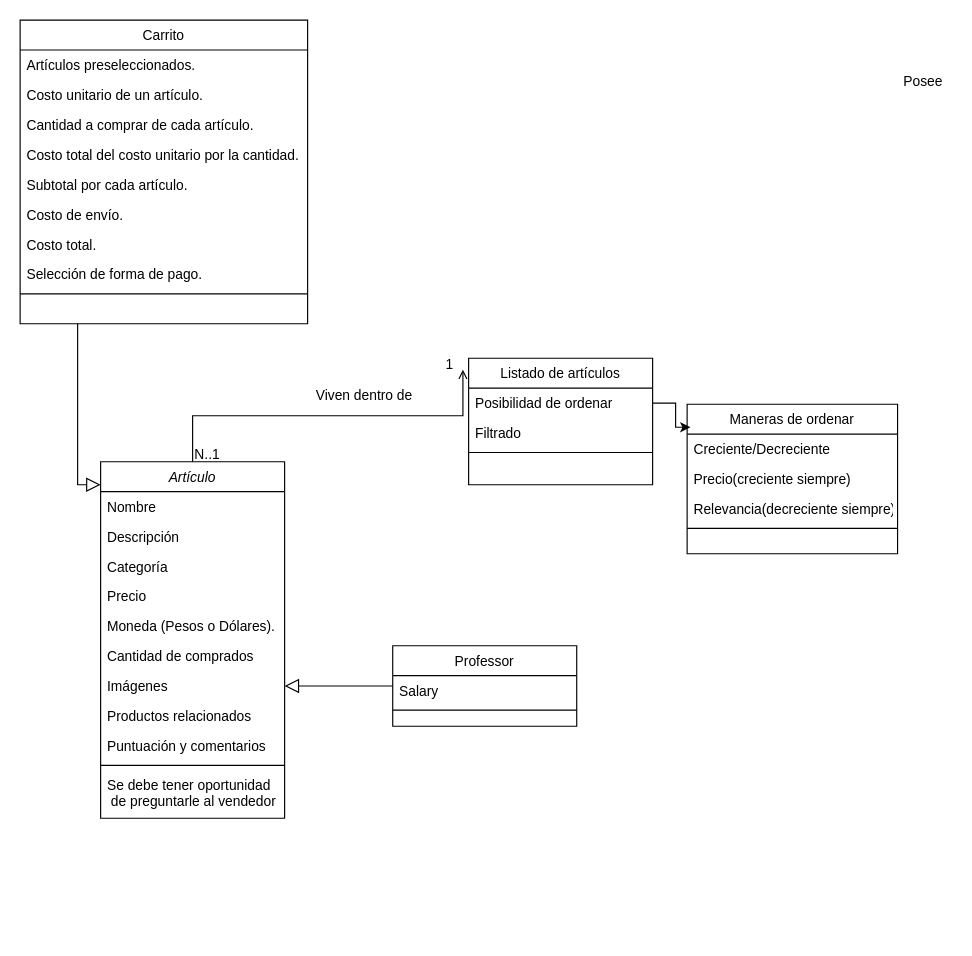
Earlier version of the draw.io diagram Untitled Diagram.drawio (ianarazny/works). Source tidied: cells renumbered, new cells numbered last; positions are measured from the earlier drawing's top-left corner, leaving out a move shared by most shapes. Both pictures are drawn from the tidied source at 115%, with x=0, y=0 at pixel (20, 20).
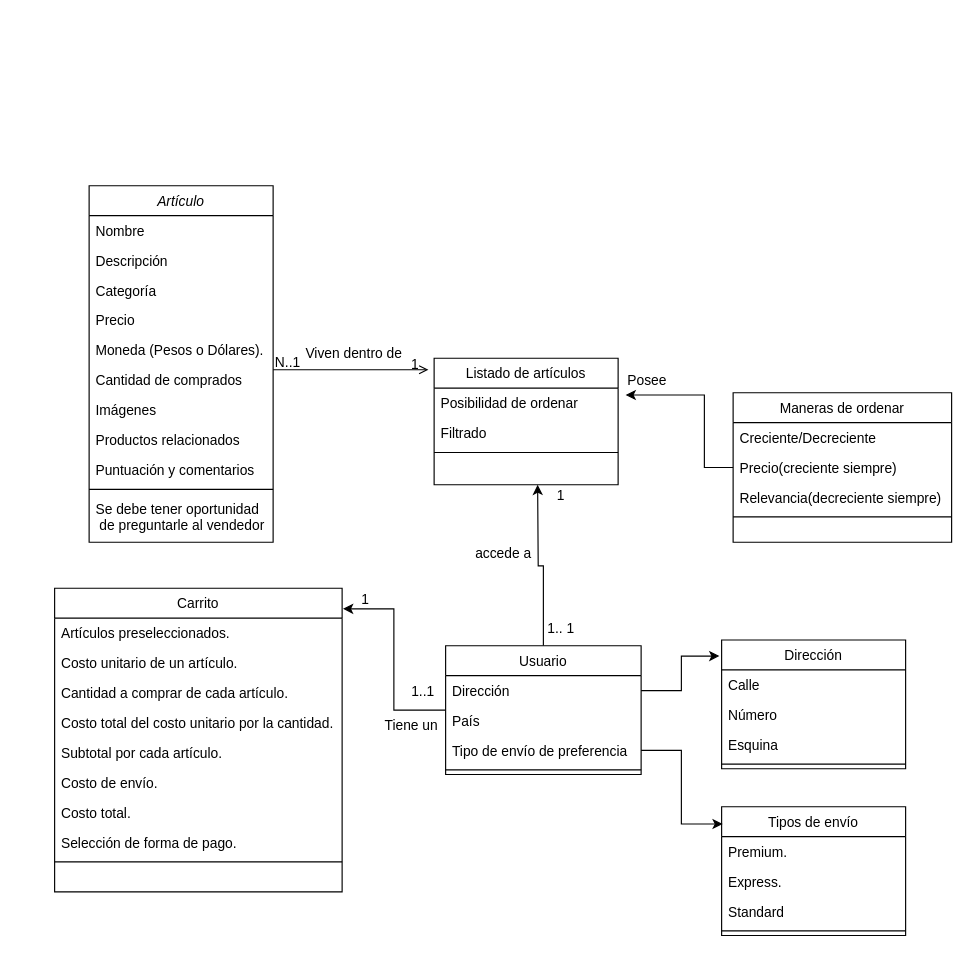
Above is the later version.

Unchanged cells that the change refers to:
```xml
<mxCell id="30" value="Posibilidad de ordenar" style="text;align=left;verticalAlign=top;spacingLeft=4;spacingRight=4;overflow=hidden;points=[[0,0.5],[1,0.5]];portConstraint=eastwest;" parent="29" vertex="1">
  <mxGeometry y="26" width="160" height="26" as="geometry" />
</mxCell>
```

Diff of the diagram source:
```diff
@@
     <mxCell id="2" value="Artículo" style="swimlane;fontStyle=2;align=center;verticalAlign=top;horizontal=1;startSize=26;rounded=0;shadow=0;strokeWidth=1;" parent="1" vertex="1">
-      <mxGeometry x="70" y="384" width="160" height="310" as="geometry" />
+      <mxGeometry x="60" y="144" width="160" height="310" as="geometry" />
     </mxCell>
@@
     <mxCell id="14" value="Carrito" style="swimlane;fontStyle=0;align=center;verticalAlign=top;horizontal=1;startSize=26;rounded=0;shadow=0;strokeWidth=1;" parent="1" vertex="1">
-      <mxGeometry width="250" height="264" as="geometry" />
+      <mxGeometry x="30" y="494" width="250" height="264" as="geometry" />
     </mxCell>
@@
-    <mxCell id="24" style="endArrow=block;endSize=10;endFill=0;shadow=0;strokeWidth=1;rounded=0;edgeStyle=elbowEdgeStyle;elbow=vertical;" parent="1" edge="1" source="14" target="2">
-      <mxGeometry relative="1" as="geometry">
-        <Array as="points">
-          <mxPoint x="50" y="404" />
-        </Array>
-      </mxGeometry>
-    </mxCell>
+    <mxCell id="44" style="edgeStyle=orthogonalEdgeStyle;rounded=0;jettySize=auto;html=1;entryX=1.003;entryY=0.068;entryDx=0;entryDy=0;entryPerimeter=0;" parent="1" edge="1" source="25" target="14">
+      <mxGeometry relative="1" as="geometry" />
+    </mxCell>
+    <mxCell id="45" style="edgeStyle=orthogonalEdgeStyle;rounded=0;jettySize=auto;html=1;" parent="1" edge="1" source="25">
+      <mxGeometry relative="1" as="geometry">
+        <mxPoint x="450" y="404" as="targetPoint" />
+      </mxGeometry>
+    </mxCell>
-    <mxCell id="25" value="Professor" style="swimlane;fontStyle=0;align=center;verticalAlign=top;horizontal=1;startSize=26;rounded=0;shadow=0;strokeWidth=1;" parent="1" vertex="1">
-      <mxGeometry x="324" y="544" width="160" height="70" as="geometry" />
+    <mxCell id="25" value="Usuario" style="swimlane;fontStyle=0;align=center;verticalAlign=top;horizontal=1;startSize=26;rounded=0;shadow=0;strokeWidth=1;" parent="1" vertex="1">
+      <mxGeometry x="370" y="544" width="170" height="112" as="geometry" />
     </mxCell>
-    <mxCell id="26" value="Salary" style="text;align=left;verticalAlign=top;spacingLeft=4;spacingRight=4;overflow=hidden;points=[[0,0.5],[1,0.5]];portConstraint=eastwest;" parent="25" vertex="1">
-      <mxGeometry y="26" width="160" height="26" as="geometry" />
+    <mxCell id="26" value="Dirección" style="text;align=left;verticalAlign=top;spacingLeft=4;spacingRight=4;overflow=hidden;points=[[0,0.5],[1,0.5]];portConstraint=eastwest;" parent="25" vertex="1">
+      <mxGeometry y="26" width="170" height="26" as="geometry" />
     </mxCell>
+    <mxCell id="46" value="País" style="text;align=left;verticalAlign=top;spacingLeft=4;spacingRight=4;overflow=hidden;" parent="25" vertex="1">
+      <mxGeometry y="52" width="170" height="26" as="geometry" />
+    </mxCell>
+    <mxCell id="47" value="Tipo de envío de preferencia" style="text;align=left;verticalAlign=top;spacingLeft=4;spacingRight=4;overflow=hidden;points=[[0,0.5],[1,0.5]];portConstraint=eastwest;" parent="25" vertex="1">
+      <mxGeometry y="78" width="170" height="26" as="geometry" />
+    </mxCell>
     <mxCell id="27" style="line;html=1;strokeWidth=1;align=left;verticalAlign=middle;spacingTop=-1;spacingLeft=3;spacingRight=3;labelPosition=right;" parent="25" vertex="1">
-      <mxGeometry y="52" width="160" height="8" as="geometry" />
+      <mxGeometry y="104" width="170" height="8" as="geometry" />
     </mxCell>
-    <mxCell id="28" style="endArrow=block;endSize=10;endFill=0;shadow=0;strokeWidth=1;rounded=0;edgeStyle=elbowEdgeStyle;elbow=vertical;" parent="1" edge="1" source="25" target="2">
-      <mxGeometry relative="1" as="geometry" />
-    </mxCell>
     <mxCell id="29" value="Listado de artículos" style="swimlane;fontStyle=0;align=center;verticalAlign=top;horizontal=1;startSize=26;rounded=0;shadow=0;strokeWidth=1;" parent="1" vertex="1">
-      <mxGeometry x="390" y="294" width="160" height="110" as="geometry" />
+      <mxGeometry x="360" y="294" width="160" height="110" as="geometry" />
     </mxCell>
@@
     <mxCell id="33" style="endArrow=open;shadow=0;strokeWidth=1;rounded=0;endFill=1;edgeStyle=elbowEdgeStyle;elbow=vertical;entryX=-0.031;entryY=0.091;entryDx=0;entryDy=0;entryPerimeter=0;" parent="1" edge="1" source="2" target="29">
       <mxGeometry x="0.5" y="41" relative="1" as="geometry">
+        <Array as="points">
+          <mxPoint x="290" y="304" />
+          <mxPoint x="290" y="349" />
+          <mxPoint x="260" y="314" />
+          <mxPoint x="250" y="349" />
+          <mxPoint x="210" y="314" />
+        </Array>
         <mxPoint x="-40" y="32" as="offset" />
       </mxGeometry>
     </mxCell>
@@
     <mxCell id="36" value="Viven dentro de" style="text;html=1;align=center;verticalAlign=middle;labelBackgroundColor=none;rounded=0;shadow=0;strokeWidth=1;fontSize=12;" parent="33" vertex="1">
       <mxGeometry x="0.5" y="49" relative="1" as="geometry">
-        <mxPoint x="-48" y="31" as="offset" />
+        <mxPoint x="-32" y="34" as="offset" />
       </mxGeometry>
     </mxCell>
+    <mxCell id="48" style="edgeStyle=orthogonalEdgeStyle;rounded=0;jettySize=auto;html=1;entryX=0.13;entryY=1.1;entryDx=0;entryDy=0;entryPerimeter=0;" parent="1" edge="1" source="37" target="43">
+      <mxGeometry relative="1" as="geometry" />
+    </mxCell>
     <mxCell id="37" value="Maneras de ordenar" style="swimlane;fontStyle=0;align=center;verticalAlign=top;horizontal=1;startSize=26;rounded=0;shadow=0;strokeWidth=1;" parent="1" vertex="1">
-      <mxGeometry x="580" y="334" width="183" height="130" as="geometry" />
+      <mxGeometry x="620" y="324" width="190" height="130" as="geometry" />
     </mxCell>
     <mxCell id="38" value="Creciente/Decreciente" style="text;align=left;verticalAlign=top;spacingLeft=4;spacingRight=4;overflow=hidden;" parent="37" vertex="1">
-      <mxGeometry y="26" width="183" height="26" as="geometry" />
+      <mxGeometry y="26" width="190" height="26" as="geometry" />
     </mxCell>
     <mxCell id="39" value="Precio(creciente siempre)" style="text;align=left;verticalAlign=top;spacingLeft=4;spacingRight=4;overflow=hidden;rounded=0;shadow=0;html=0;" parent="37" vertex="1">
-      <mxGeometry y="52" width="183" height="26" as="geometry" />
+      <mxGeometry y="52" width="190" height="26" as="geometry" />
     </mxCell>
     <mxCell id="40" value="Relevancia(decreciente siempre)" style="text;align=left;verticalAlign=top;spacingLeft=4;spacingRight=4;overflow=hidden;rounded=0;shadow=0;html=0;" parent="37" vertex="1">
-      <mxGeometry y="78" width="183" height="26" as="geometry" />
+      <mxGeometry y="78" width="190" height="26" as="geometry" />
     </mxCell>
     <mxCell id="41" style="line;html=1;strokeWidth=1;align=left;verticalAlign=middle;spacingTop=-1;spacingLeft=3;spacingRight=3;labelPosition=right;" parent="37" vertex="1">
-      <mxGeometry y="104" width="183" height="8" as="geometry" />
+      <mxGeometry y="104" width="190" height="8" as="geometry" />
     </mxCell>
-    <mxCell id="42" style="edgeStyle=orthogonalEdgeStyle;rounded=0;jettySize=auto;html=1;entryX=0.016;entryY=0.154;entryDx=0;entryDy=0;entryPerimeter=0;" parent="1" edge="1" source="30" target="37">
-      <mxGeometry relative="1" as="geometry" />
-    </mxCell>
     <mxCell id="43" value="Posee" style="text;html=1;align=center;verticalAlign=middle;points=[];strokeColor=none;" parent="1" vertex="1">
-      <mxGeometry x="760" y="44" width="50" height="20" as="geometry" />
+      <mxGeometry x="520" y="304" width="50" height="20" as="geometry" />
     </mxCell>
+    <mxCell id="49" value="Dirección" style="swimlane;fontStyle=0;align=center;verticalAlign=top;horizontal=1;startSize=26;rounded=0;shadow=0;strokeWidth=1;" parent="1" vertex="1">
+      <mxGeometry x="610" y="539" width="160" height="112" as="geometry" />
+    </mxCell>
+    <mxCell id="50" value="Calle" style="text;align=left;verticalAlign=top;spacingLeft=4;spacingRight=4;overflow=hidden;" parent="49" vertex="1">
+      <mxGeometry y="26" width="160" height="26" as="geometry" />
+    </mxCell>
+    <mxCell id="51" value="Número" style="text;align=left;verticalAlign=top;spacingLeft=4;spacingRight=4;overflow=hidden;" parent="49" vertex="1">
+      <mxGeometry y="52" width="160" height="26" as="geometry" />
+    </mxCell>
+    <mxCell id="52" value="Esquina" style="text;align=left;verticalAlign=top;spacingLeft=4;spacingRight=4;overflow=hidden;" parent="49" vertex="1">
+      <mxGeometry y="78" width="160" height="26" as="geometry" />
+    </mxCell>
+    <mxCell id="53" style="line;html=1;strokeWidth=1;align=left;verticalAlign=middle;spacingTop=-1;spacingLeft=3;spacingRight=3;labelPosition=right;" parent="49" vertex="1">
+      <mxGeometry y="104" width="160" height="8" as="geometry" />
+    </mxCell>
+    <mxCell id="54" value="Tipos de envío" style="swimlane;fontStyle=0;align=center;verticalAlign=top;horizontal=1;startSize=26;rounded=0;shadow=0;strokeWidth=1;" parent="1" vertex="1">
+      <mxGeometry x="610" y="684" width="160" height="112" as="geometry" />
+    </mxCell>
+    <mxCell id="55" value="Premium." style="text;align=left;verticalAlign=top;spacingLeft=4;spacingRight=4;overflow=hidden;" parent="54" vertex="1">
+      <mxGeometry y="26" width="160" height="26" as="geometry" />
+    </mxCell>
+    <mxCell id="56" value="Express." style="text;align=left;verticalAlign=top;spacingLeft=4;spacingRight=4;overflow=hidden;" parent="54" vertex="1">
+      <mxGeometry y="52" width="160" height="26" as="geometry" />
+    </mxCell>
+    <mxCell id="57" value="Standard" style="text;align=left;verticalAlign=top;spacingLeft=4;spacingRight=4;overflow=hidden;" parent="54" vertex="1">
+      <mxGeometry y="78" width="160" height="26" as="geometry" />
+    </mxCell>
+    <mxCell id="58" style="line;html=1;strokeWidth=1;align=left;verticalAlign=middle;spacingTop=-1;spacingLeft=3;spacingRight=3;labelPosition=right;" parent="54" vertex="1">
+      <mxGeometry y="104" width="160" height="8" as="geometry" />
+    </mxCell>
+    <mxCell id="59" style="edgeStyle=orthogonalEdgeStyle;rounded=0;jettySize=auto;html=1;entryX=-0.012;entryY=0.125;entryDx=0;entryDy=0;entryPerimeter=0;" parent="1" edge="1" source="26" target="49">
+      <mxGeometry relative="1" as="geometry" />
+    </mxCell>
+    <mxCell id="60" style="edgeStyle=orthogonalEdgeStyle;rounded=0;jettySize=auto;html=1;entryX=0.006;entryY=0.134;entryDx=0;entryDy=0;entryPerimeter=0;" parent="1" edge="1" source="47" target="54">
+      <mxGeometry relative="1" as="geometry" />
+    </mxCell>
+    <mxCell id="61" value="1..1" style="text;html=1;align=center;verticalAlign=middle;strokeColor=none;" parent="1" vertex="1">
+      <mxGeometry x="330" y="574" width="40" height="20" as="geometry" />
+    </mxCell>
+    <mxCell id="62" value="Tiene un" style="text;html=1;align=center;verticalAlign=middle;strokeColor=none;" parent="1" vertex="1">
+      <mxGeometry x="310" y="604" width="60" height="20" as="geometry" />
+    </mxCell>
+    <mxCell id="63" value="accede a" style="text;html=1;align=center;verticalAlign=middle;strokeColor=none;" parent="1" vertex="1">
+      <mxGeometry x="390" y="454" width="60" height="20" as="geometry" />
+    </mxCell>
+    <mxCell id="64" value="1.. 1" style="text;html=1;align=center;verticalAlign=middle;strokeColor=none;" parent="1" vertex="1">
+      <mxGeometry x="450" y="519" width="40" height="20" as="geometry" />
+    </mxCell>
+    <mxCell id="65" value="1" style="text;html=1;align=center;verticalAlign=middle;strokeColor=none;" parent="1" vertex="1">
+      <mxGeometry x="290" y="494" width="20" height="20" as="geometry" />
+    </mxCell>
+    <mxCell id="66" value="1" style="text;html=1;align=center;verticalAlign=middle;strokeColor=none;" parent="1" vertex="1">
+      <mxGeometry x="460" y="404" width="20" height="20" as="geometry" />
+    </mxCell>
```
